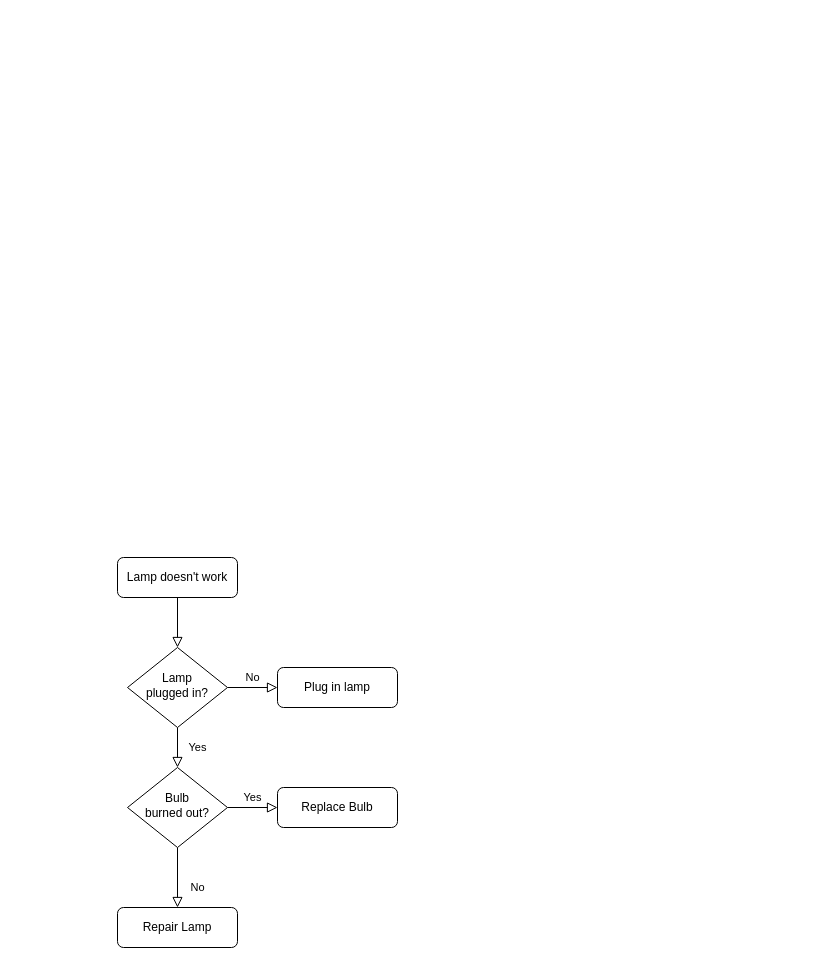
Above: 通信逻辑判断.drawio in wjaswdd/draw.io (draw.io), before the change. Source tidied: cells renumbered, new cells numbered last; positions are measured from the earlier drawing's top-left corner, leaving out a move shared by most shapes. Both pictures are drawn from the tidied source at 100%, with x=0, y=0 at pixel (117, 557).
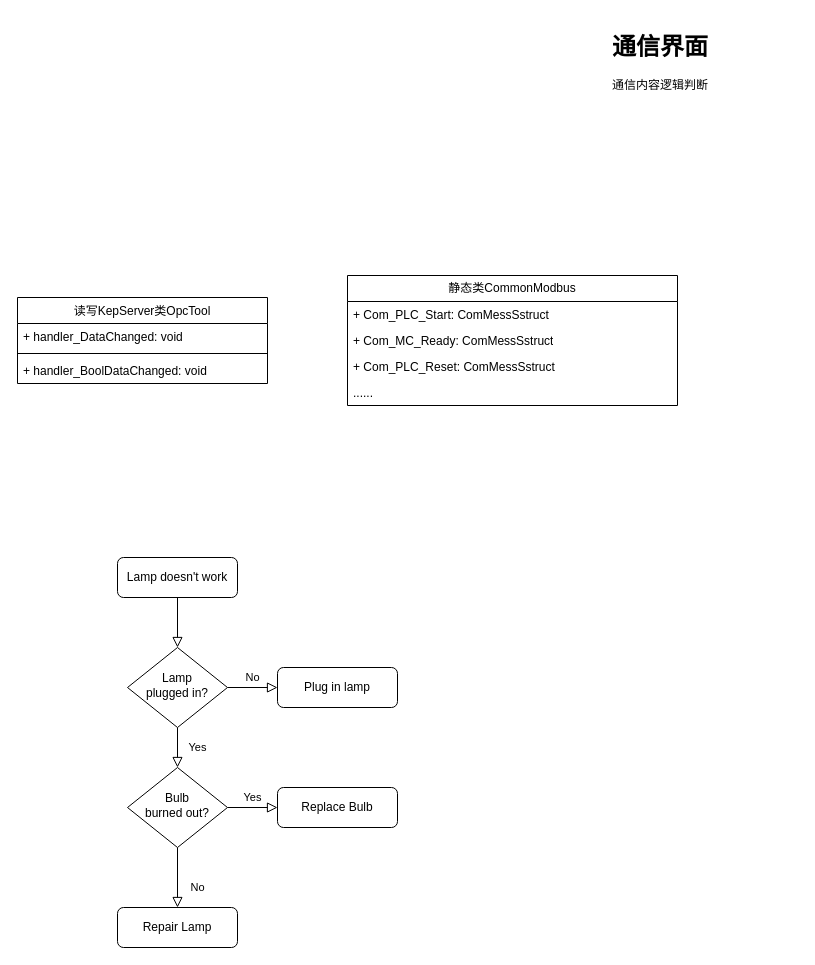
Above is the later version.

Commit message (it also covers changes not shown here):
更新通信逻辑判断.drawio

What changed in the source:
```diff
@@
+    <mxCell id="13" value="&lt;h1&gt;通信界面&lt;/h1&gt;&lt;div&gt;通信内容逻辑判断&lt;/div&gt;" style="text;html=1;strokeColor=none;fillColor=none;spacing=5;spacingTop=-20;whiteSpace=wrap;overflow=hidden;rounded=0;" parent="1" vertex="1">
+      <mxGeometry x="490" y="-530" width="190" height="120" as="geometry" />
+    </mxCell>
+    <mxCell id="14" value="静态类CommonModbus" style="swimlane;fontStyle=0;horizontal=1;startSize=26;fillColor=none;whiteSpace=wrap;html=1;" parent="1" vertex="1">
+      <mxGeometry x="230" y="-282" width="330" height="130" as="geometry" />
+    </mxCell>
+    <mxCell id="15" value="+ Com_PLC_Start:&amp;nbsp;ComMessSstruct" style="text;strokeColor=none;fillColor=none;align=left;verticalAlign=top;spacingLeft=4;spacingRight=4;overflow=hidden;whiteSpace=wrap;html=1;" parent="14" vertex="1">
+      <mxGeometry y="26" width="330" height="26" as="geometry" />
+    </mxCell>
+    <mxCell id="16" value="+ Com_MC_Ready: ComMessSstruct" style="text;strokeColor=none;fillColor=none;align=left;verticalAlign=top;spacingLeft=4;spacingRight=4;overflow=hidden;whiteSpace=wrap;html=1;" parent="14" vertex="1">
+      <mxGeometry y="52" width="330" height="26" as="geometry" />
+    </mxCell>
+    <mxCell id="17" value="+ Com_PLC_Reset: ComMessSstruct" style="text;strokeColor=none;fillColor=none;align=left;verticalAlign=top;spacingLeft=4;spacingRight=4;overflow=hidden;whiteSpace=wrap;html=1;" parent="14" vertex="1">
+      <mxGeometry y="78" width="330" height="26" as="geometry" />
+    </mxCell>
+    <mxCell id="18" value="......" style="text;strokeColor=none;fillColor=none;align=left;verticalAlign=top;spacingLeft=4;spacingRight=4;overflow=hidden;whiteSpace=wrap;html=1;" parent="14" vertex="1">
+      <mxGeometry y="104" width="330" height="26" as="geometry" />
+    </mxCell>
+    <mxCell id="19" value="&lt;span style=&quot;font-weight: normal;&quot;&gt;读写KepServer类OpcTool&lt;/span&gt;" style="swimlane;fontStyle=1;align=center;verticalAlign=top;horizontal=1;startSize=26;whiteSpace=wrap;html=1;" parent="1" vertex="1">
+      <mxGeometry x="-100" y="-260" width="250" height="86" as="geometry" />
+    </mxCell>
+    <mxCell id="20" value="+ handler_DataChanged: void" style="text;strokeColor=none;fillColor=none;align=left;verticalAlign=top;spacingLeft=4;spacingRight=4;overflow=hidden;whiteSpace=wrap;html=1;" parent="19" vertex="1">
+      <mxGeometry y="26" width="250" height="26" as="geometry" />
+    </mxCell>
+    <mxCell id="21" style="line;strokeWidth=1;fillColor=none;align=left;verticalAlign=middle;spacingTop=-1;spacingLeft=3;spacingRight=3;labelPosition=right;strokeColor=inherit;" parent="19" vertex="1">
+      <mxGeometry y="52" width="250" height="8" as="geometry" />
+    </mxCell>
+    <mxCell id="22" value="+ handler_BoolDataChanged: void" style="text;strokeColor=none;fillColor=none;align=left;verticalAlign=top;spacingLeft=4;spacingRight=4;overflow=hidden;whiteSpace=wrap;html=1;" parent="19" vertex="1">
+      <mxGeometry y="60" width="250" height="26" as="geometry" />
+    </mxCell>
```
